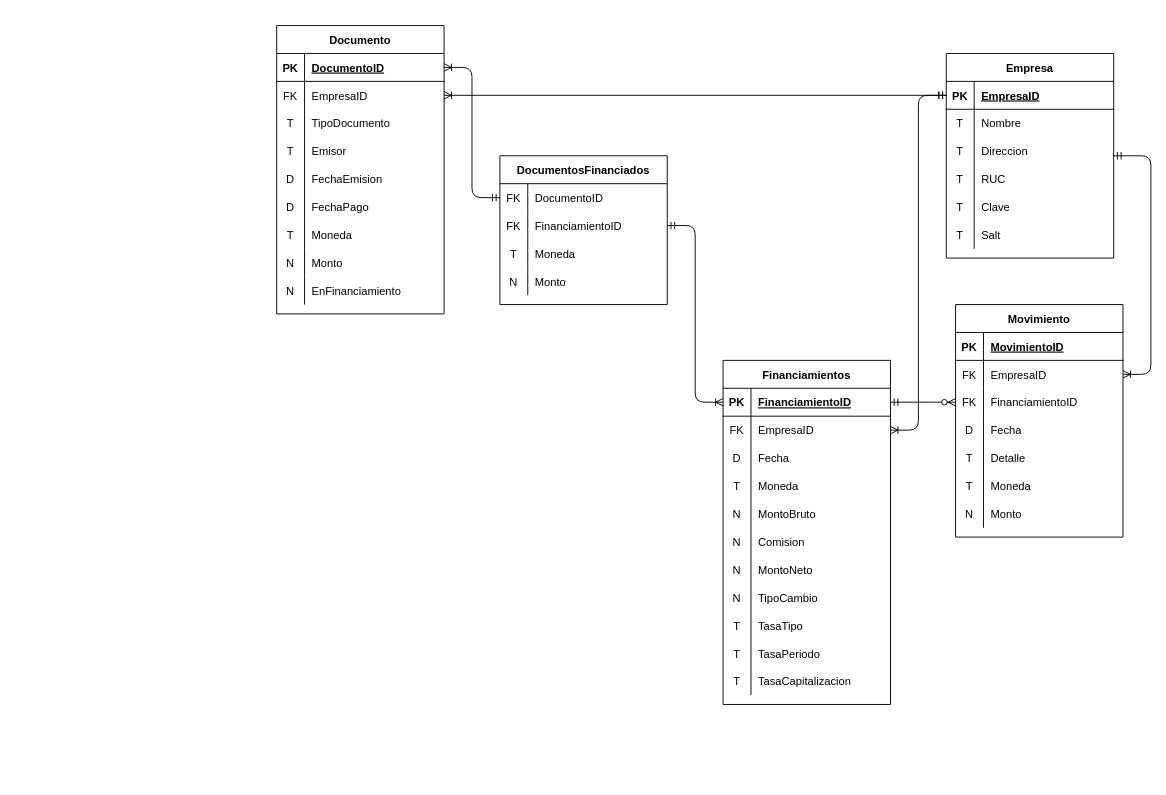
Earlier version of the draw.io diagram database/Diagrama-ER.drawio (RenzoDD/finanzas-proyecto). Source tidied: cells renumbered, new cells numbered last; positions are measured from the earlier drawing's top-left corner, leaving out a move shared by most shapes. Both pictures are drawn from the tidied source at 93%, with x=0, y=0 at pixel (276, 25).
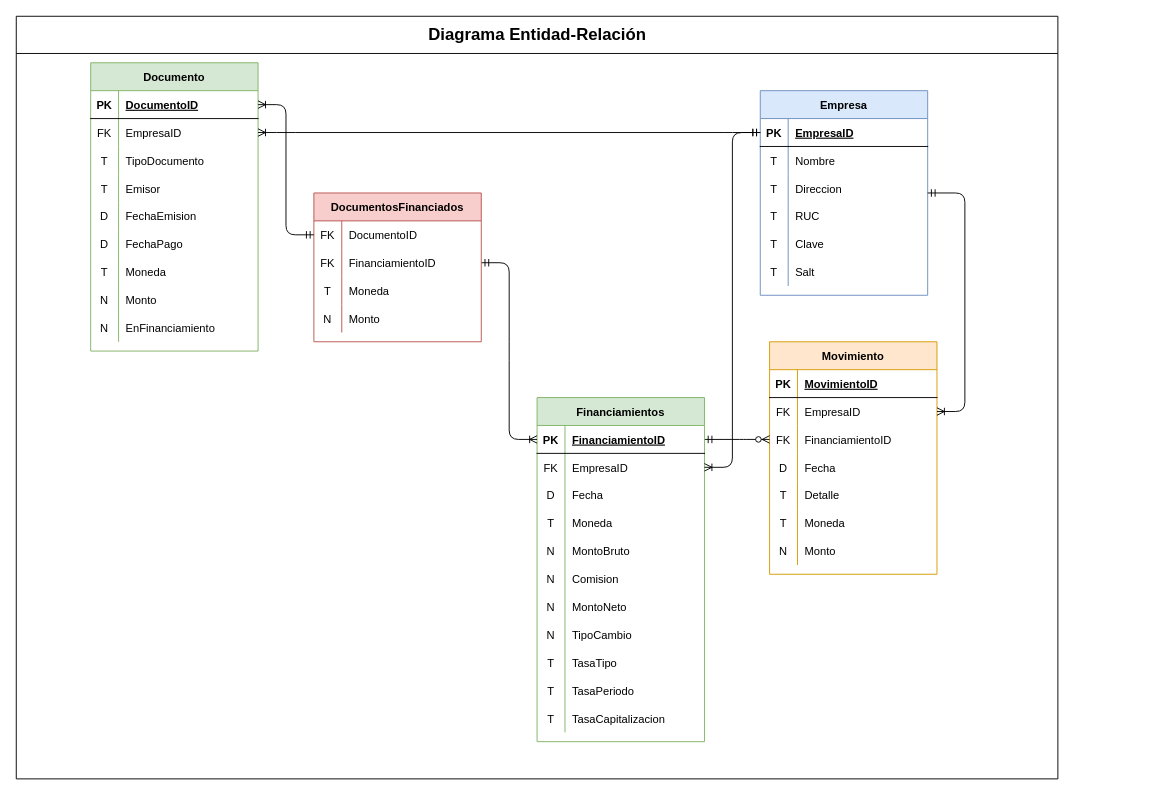
The same page after the edit.

Commit message:
Modificado Diagrama ER

The change refers to these unchanged cells:
```xml
<mxCell id="3" style="shape=partialRectangle;fillColor=none;top=0;left=0;bottom=1;right=0;points=[[0,0.5],[1,0.5]];portConstraint=eastwest;" parent="2" vertex="1">
  <mxGeometry y="30" width="180" height="30" as="geometry" />
</mxCell>
<mxCell id="22" style="shape=partialRectangle;fillColor=none;top=0;left=0;bottom=1;right=0;points=[[0,0.5],[1,0.5]];portConstraint=eastwest;" parent="21" vertex="1">
  <mxGeometry y="30" width="180" height="30" as="geometry" />
</mxCell>
<mxCell id="25" style="shape=partialRectangle;fillColor=none;top=0;left=0;bottom=0;right=0;points=[[0,0.5],[1,0.5]];portConstraint=eastwest;" parent="21" vertex="1">
  <mxGeometry y="60" width="180" height="30" as="geometry" />
</mxCell>
<mxCell id="53" style="shape=partialRectangle;fillColor=none;top=0;left=0;bottom=0;right=0;points=[[0,0.5],[1,0.5]];portConstraint=eastwest;" parent="49" vertex="1">
  <mxGeometry y="60" width="180" height="30" as="geometry" />
</mxCell>
<mxCell id="56" style="shape=partialRectangle;fillColor=none;top=0;left=0;bottom=0;right=0;points=[[0,0.5],[1,0.5]];portConstraint=eastwest;" parent="49" vertex="1">
  <mxGeometry y="90" width="180" height="30" as="geometry" />
</mxCell>
<mxCell id="75" style="shape=partialRectangle;fillColor=none;top=0;left=0;bottom=1;right=0;points=[[0,0.5],[1,0.5]];portConstraint=eastwest;" parent="74" vertex="1">
  <mxGeometry y="30" width="180" height="30" as="geometry" />
</mxCell>
<mxCell id="78" style="shape=partialRectangle;fillColor=none;top=0;left=0;bottom=0;right=0;points=[[0,0.5],[1,0.5]];portConstraint=eastwest;" parent="74" vertex="1">
  <mxGeometry y="60" width="180" height="30" as="geometry" />
</mxCell>
<mxCell id="110" style="shape=partialRectangle;fillColor=none;top=0;left=0;bottom=0;right=0;points=[[0,0.5],[1,0.5]];portConstraint=eastwest;" parent="109" vertex="1">
  <mxGeometry y="30" width="180" height="30" as="geometry" />
</mxCell>
<mxCell id="113" style="shape=partialRectangle;fillColor=none;top=0;left=0;bottom=0;right=0;points=[[0,0.5],[1,0.5]];portConstraint=eastwest;" parent="109" vertex="1">
  <mxGeometry y="60" width="180" height="30" as="geometry" />
</mxCell>
```

What changed in the source:
```diff
@@
+    <mxCell id="124" value="&lt;font style=&quot;font-size: 18px&quot;&gt;Diagrama Entidad-Relación&lt;/font&gt;" style="swimlane;html=1;startSize=40;horizontal=1;containerType=tree;" parent="1" vertex="1">
+      <mxGeometry x="-280" y="-10" width="1120" height="820" as="geometry" />
+    </mxCell>
-    <mxCell id="2" value="Empresa" style="shape=table;startSize=30;childLayout=tableLayout;rowLines=0;fontStyle=1;align=center;" parent="1" vertex="1">
-      <mxGeometry x="720" y="30" width="180" height="220" as="geometry" />
+    <mxCell id="2" value="Empresa" style="shape=table;startSize=30;childLayout=tableLayout;rowLines=0;fontStyle=1;align=center;fillColor=#dae8fc;strokeColor=#6c8ebf;" parent="124" vertex="1">
+      <mxGeometry x="800" y="80" width="180" height="220" as="geometry" />
     </mxCell>
@@
-    <mxCell id="21" value="Documento" style="shape=table;startSize=30;childLayout=tableLayout;rowLines=0;fontStyle=1;align=center;" parent="1" vertex="1">
-      <mxGeometry width="180" height="310" as="geometry" />
+    <mxCell id="21" value="Documento" style="shape=table;startSize=30;childLayout=tableLayout;rowLines=0;fontStyle=1;align=center;fillColor=#d5e8d4;strokeColor=#82b366;" parent="124" vertex="1">
+      <mxGeometry x="80" y="50" width="180" height="310" as="geometry" />
     </mxCell>
@@
-    <mxCell id="49" value="Movimiento" style="shape=table;startSize=30;childLayout=tableLayout;rowLines=0;fontStyle=1;align=center;" parent="1" vertex="1">
-      <mxGeometry x="730" y="300" width="180" height="250" as="geometry" />
+    <mxCell id="49" value="Movimiento" style="shape=table;startSize=30;childLayout=tableLayout;rowLines=0;fontStyle=1;align=center;fillColor=#ffe6cc;strokeColor=#d79b00;" parent="124" vertex="1">
+      <mxGeometry x="810" y="350" width="180" height="250" as="geometry" />
     </mxCell>
@@
-    <mxCell id="71" style="edgeStyle=entityRelationEdgeStyle;fontSize=12;html=1;endArrow=ERzeroToMany;startArrow=ERmandOne;exitX=1;exitY=0.5;exitDx=0;exitDy=0;entryX=0;entryY=0.5;entryDx=0;entryDy=0;" parent="1" edge="1" source="75" target="56">
+    <mxCell id="71" style="edgeStyle=entityRelationEdgeStyle;fontSize=12;html=1;endArrow=ERzeroToMany;startArrow=ERmandOne;exitX=1;exitY=0.5;exitDx=0;exitDy=0;entryX=0;entryY=0.5;entryDx=0;entryDy=0;" parent="124" edge="1" source="75" target="56">
       <mxGeometry relative="1" as="geometry" />
     </mxCell>
-    <mxCell id="72" style="edgeStyle=entityRelationEdgeStyle;fontSize=12;html=1;endArrow=ERoneToMany;startArrow=ERmandOne;entryX=1;entryY=0.5;entryDx=0;entryDy=0;exitX=0;exitY=0.5;exitDx=0;exitDy=0;" parent="1" edge="1" source="3" target="25">
+    <mxCell id="72" style="edgeStyle=entityRelationEdgeStyle;fontSize=12;html=1;endArrow=ERoneToMany;startArrow=ERmandOne;entryX=1;entryY=0.5;entryDx=0;entryDy=0;exitX=0;exitY=0.5;exitDx=0;exitDy=0;" parent="124" edge="1" source="3" target="25">
       <mxGeometry relative="1" as="geometry" />
     </mxCell>
-    <mxCell id="73" style="edgeStyle=entityRelationEdgeStyle;fontSize=12;html=1;endArrow=ERoneToMany;startArrow=ERmandOne;" parent="1" edge="1" source="2" target="53">
+    <mxCell id="73" style="edgeStyle=entityRelationEdgeStyle;fontSize=12;html=1;endArrow=ERoneToMany;startArrow=ERmandOne;" parent="124" edge="1" source="2" target="53">
       <mxGeometry relative="1" as="geometry" />
     </mxCell>
-    <mxCell id="74" value="Financiamientos" style="shape=table;startSize=30;childLayout=tableLayout;rowLines=0;fontStyle=1;align=center;" parent="1" vertex="1">
-      <mxGeometry x="480" y="360" width="180" height="370" as="geometry" />
+    <mxCell id="74" value="Financiamientos" style="shape=table;startSize=30;childLayout=tableLayout;rowLines=0;fontStyle=1;align=center;fillColor=#d5e8d4;strokeColor=#82b366;" parent="124" vertex="1">
+      <mxGeometry x="560" y="410" width="180" height="370" as="geometry" />
     </mxCell>
@@
-    <mxCell id="108" style="edgeStyle=entityRelationEdgeStyle;fontSize=12;html=1;endArrow=ERoneToMany;startArrow=ERmandOne;exitX=1;exitY=0.5;exitDx=0;exitDy=0;entryX=0;entryY=0.5;entryDx=0;entryDy=0;" parent="1" edge="1" source="113" target="75">
+    <mxCell id="108" style="edgeStyle=entityRelationEdgeStyle;fontSize=12;html=1;endArrow=ERoneToMany;startArrow=ERmandOne;exitX=1;exitY=0.5;exitDx=0;exitDy=0;entryX=0;entryY=0.5;entryDx=0;entryDy=0;" parent="124" edge="1" source="113" target="75">
       <mxGeometry relative="1" as="geometry" />
     </mxCell>
-    <mxCell id="109" value="DocumentosFinanciados" style="shape=table;startSize=30;childLayout=tableLayout;rowLines=0;fontStyle=1;align=center;" parent="1" vertex="1">
-      <mxGeometry x="240" y="140" width="180" height="160" as="geometry" />
+    <mxCell id="109" value="DocumentosFinanciados" style="shape=table;startSize=30;childLayout=tableLayout;rowLines=0;fontStyle=1;align=center;fillColor=#f8cecc;strokeColor=#b85450;" parent="124" vertex="1">
+      <mxGeometry x="320" y="190" width="180" height="160" as="geometry" />
     </mxCell>
@@
-    <mxCell id="122" style="edgeStyle=entityRelationEdgeStyle;fontSize=12;html=1;endArrow=ERoneToMany;startArrow=ERmandOne;entryX=1;entryY=0.5;entryDx=0;entryDy=0;exitX=0;exitY=0.5;exitDx=0;exitDy=0;" parent="1" edge="1" source="3" target="78">
+    <mxCell id="122" style="edgeStyle=entityRelationEdgeStyle;fontSize=12;html=1;endArrow=ERoneToMany;startArrow=ERmandOne;entryX=1;entryY=0.5;entryDx=0;entryDy=0;exitX=0;exitY=0.5;exitDx=0;exitDy=0;" parent="124" edge="1" source="3" target="78">
       <mxGeometry relative="1" as="geometry" />
     </mxCell>
-    <mxCell id="123" style="edgeStyle=entityRelationEdgeStyle;fontSize=12;html=1;endArrow=ERoneToMany;startArrow=ERmandOne;exitX=0;exitY=0.5;exitDx=0;exitDy=0;" parent="1" edge="1" source="110" target="22">
+    <mxCell id="123" style="edgeStyle=entityRelationEdgeStyle;fontSize=12;html=1;endArrow=ERoneToMany;startArrow=ERmandOne;exitX=0;exitY=0.5;exitDx=0;exitDy=0;" parent="124" edge="1" source="110" target="22">
       <mxGeometry relative="1" as="geometry" />
     </mxCell>
```
